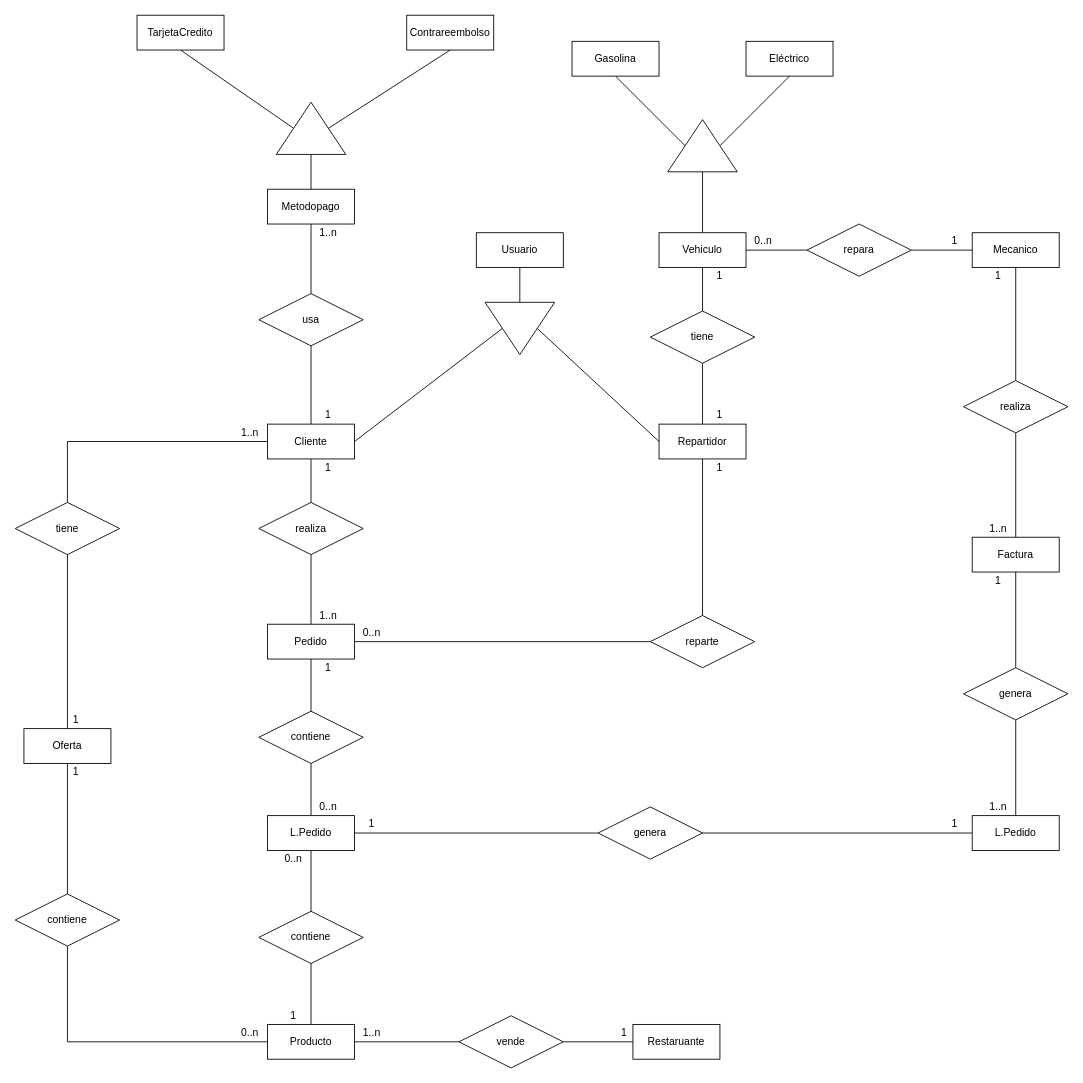
Earlier version of the draw.io diagram Trabajo 1 DBD.drawio (carlosbuendiaj/AlbaEats). Source tidied: cells renumbered, new cells numbered last; positions are measured from the earlier drawing's top-left corner, leaving out a move shared by most shapes. Both pictures are drawn from the tidied source at 87%, with x=0, y=0 at pixel (15, 15).
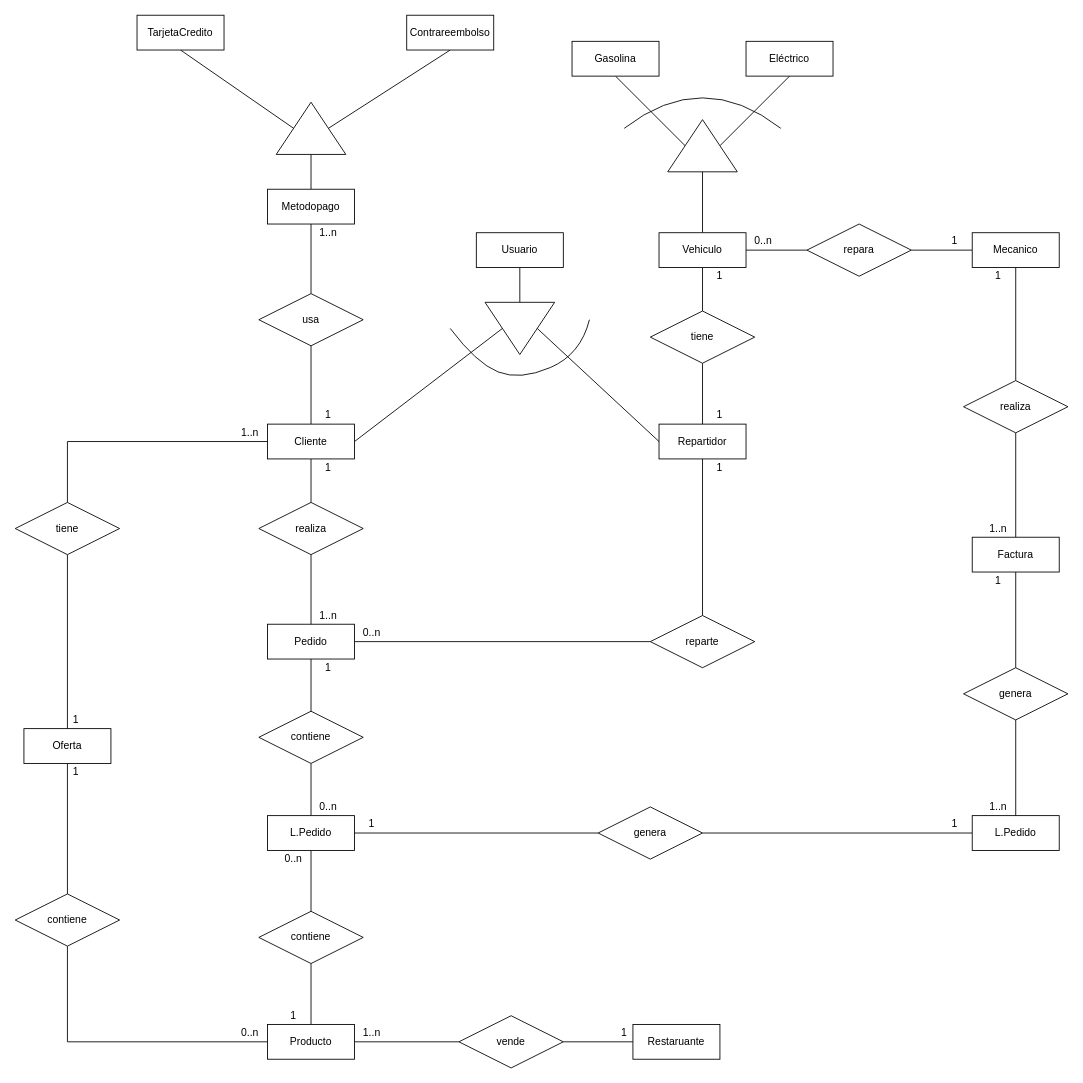
Above is the later version.

Commit message:
Añadido exclusión mere

The edit, as a diff of the source:
```diff
@@
+    <mxCell id="96" style="curved=1;endArrow=none;html=1;endFill=0;" parent="1" edge="1">
+      <mxGeometry relative="1" as="geometry">
+        <mxPoint x="500" y="360" as="sourcePoint" />
+        <mxPoint x="660" y="350" as="targetPoint" />
+        <Array as="points">
+          <mxPoint x="530" y="400" />
+          <mxPoint x="580" y="420" />
+          <mxPoint x="650" y="390" />
+        </Array>
+      </mxGeometry>
+    </mxCell>
+    <mxCell id="97" style="curved=1;endArrow=none;html=1;endFill=0;" parent="1" edge="1">
+      <mxGeometry relative="1" as="geometry">
+        <mxPoint x="700" y="130" as="sourcePoint" />
+        <mxPoint x="880" y="130" as="targetPoint" />
+        <Array as="points">
+          <mxPoint x="790" y="60" />
+        </Array>
+      </mxGeometry>
+    </mxCell>
```
